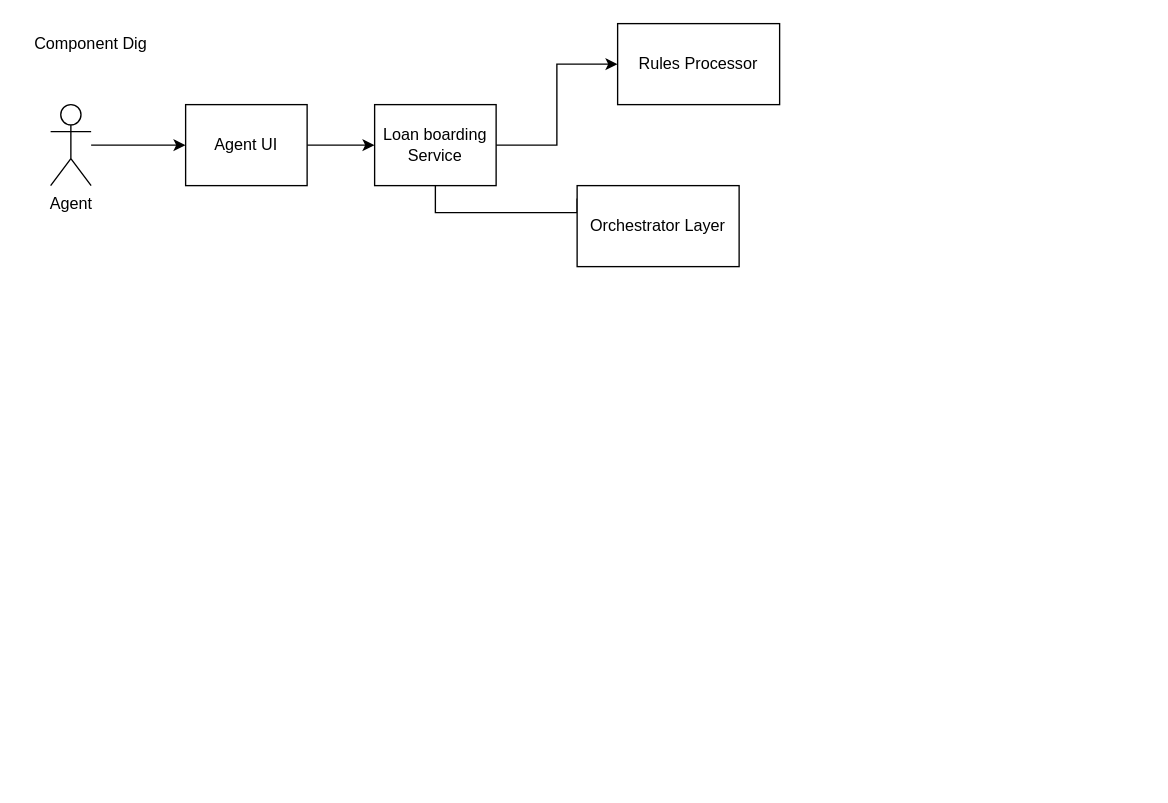
Before: Financial Request Desgin.drawio in mishranishant4/Arch-designs, a draw.io diagram. Source tidied: cells renumbered, new cells numbered last; positions are measured from the earlier drawing's top-left corner, leaving out a move shared by most shapes. Both pictures are drawn from the tidied source at 135%, with x=0, y=0 at pixel (23, 23).
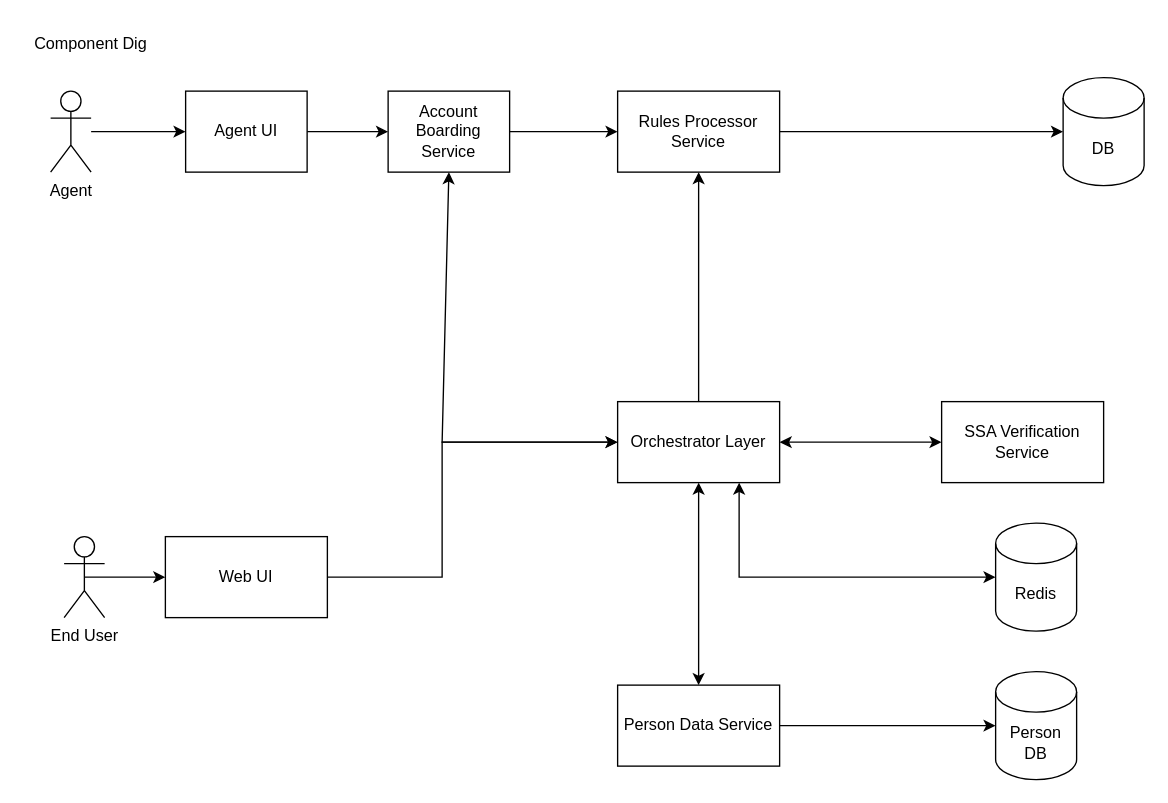
After the change.

Diff of the diagram source:
```diff
@@
     <mxCell id="3" value="Agent UI" style="rounded=0;whiteSpace=wrap;html=1;" parent="1" vertex="1">
-      <mxGeometry x="120" y="60" width="90" height="60" as="geometry" />
+      <mxGeometry x="120" y="50" width="90" height="60" as="geometry" />
     </mxCell>
@@
     <mxCell id="5" value="Agent" style="shape=umlActor;verticalLabelPosition=bottom;verticalAlign=top;html=1;outlineConnect=0;" parent="1" vertex="1">
-      <mxGeometry x="20" y="60" width="30" height="60" as="geometry" />
+      <mxGeometry x="20" y="50" width="30" height="60" as="geometry" />
     </mxCell>
@@
-    <mxCell id="7" style="edgeStyle=orthogonalEdgeStyle;rounded=0;jettySize=auto;html=1;exitX=0.5;exitY=1;exitDx=0;exitDy=0;" parent="1" edge="1" source="8">
-      <mxGeometry relative="1" as="geometry">
-        <mxPoint x="470" y="150" as="targetPoint" />
-      </mxGeometry>
-    </mxCell>
-    <mxCell id="8" value="Loan boarding Service" style="rounded=0;whiteSpace=wrap;html=1;" parent="1" vertex="1">
-      <mxGeometry x="260" y="60" width="90" height="60" as="geometry" />
+    <mxCell id="8" value="Account Boarding Service" style="rounded=0;whiteSpace=wrap;html=1;" parent="1" vertex="1">
+      <mxGeometry x="270" y="50" width="90" height="60" as="geometry" />
     </mxCell>
@@
-    <mxCell id="10" value="Rules Processor" style="whiteSpace=wrap;html=1;rounded=0;" parent="1" vertex="1">
-      <mxGeometry x="440" width="120" height="60" as="geometry" />
+    <mxCell id="10" value="Rules Processor Service" style="whiteSpace=wrap;html=1;rounded=0;" parent="1" vertex="1">
+      <mxGeometry x="440" y="50" width="120" height="60" as="geometry" />
     </mxCell>
+    <mxCell id="12" style="edgeStyle=orthogonalEdgeStyle;rounded=0;jettySize=auto;html=1;exitX=0.5;exitY=0;exitDx=0;exitDy=0;" parent="1" edge="1" source="11" target="10">
+      <mxGeometry relative="1" as="geometry" />
+    </mxCell>
     <mxCell id="11" value="Orchestrator Layer" style="whiteSpace=wrap;html=1;" parent="1" vertex="1">
-      <mxGeometry x="410" y="120" width="120" height="60" as="geometry" />
+      <mxGeometry x="440" y="280" width="120" height="60" as="geometry" />
     </mxCell>
+    <mxCell id="13" value="SSA Verification Service" style="whiteSpace=wrap;html=1;" parent="1" vertex="1">
+      <mxGeometry x="680" y="280" width="120" height="60" as="geometry" />
+    </mxCell>
+    <mxCell id="14" style="edgeStyle=orthogonalEdgeStyle;rounded=0;jettySize=auto;html=1;" parent="1" edge="1" source="15" target="16">
+      <mxGeometry relative="1" as="geometry" />
+    </mxCell>
+    <mxCell id="15" value="Person Data Service" style="whiteSpace=wrap;html=1;" parent="1" vertex="1">
+      <mxGeometry x="440" y="490" width="120" height="60" as="geometry" />
+    </mxCell>
+    <mxCell id="16" value="Person DB" style="shape=cylinder3;whiteSpace=wrap;html=1;boundedLbl=1;backgroundOutline=1;size=15;" parent="1" vertex="1">
+      <mxGeometry x="720" y="480" width="60" height="80" as="geometry" />
+    </mxCell>
+    <mxCell id="17" style="endArrow=classic;startArrow=classic;html=1;rounded=0;entryX=0;entryY=0.5;entryDx=0;entryDy=0;exitX=1;exitY=0.5;exitDx=0;exitDy=0;" parent="1" edge="1" source="11" target="13">
+      <mxGeometry relative="1" as="geometry" />
+    </mxCell>
+    <mxCell id="18" style="endArrow=classic;startArrow=classic;html=1;rounded=0;entryX=0.5;entryY=1;entryDx=0;entryDy=0;exitX=0.5;exitY=0;exitDx=0;exitDy=0;" parent="1" edge="1" source="15" target="11">
+      <mxGeometry relative="1" as="geometry" />
+    </mxCell>
+    <mxCell id="19" style="endArrow=classic;startArrow=classic;html=1;rounded=0;entryX=0.75;entryY=1;entryDx=0;entryDy=0;exitX=0;exitY=0.5;exitDx=0;exitDy=0;exitPerimeter=0;" parent="1" edge="1" source="20" target="11">
+      <mxGeometry relative="1" as="geometry">
+        <Array as="points">
+          <mxPoint x="530" y="410" />
+        </Array>
+      </mxGeometry>
+    </mxCell>
+    <mxCell id="20" value="Redis" style="shape=cylinder3;whiteSpace=wrap;html=1;boundedLbl=1;backgroundOutline=1;size=15;" parent="1" vertex="1">
+      <mxGeometry x="720" y="370" width="60" height="80" as="geometry" />
+    </mxCell>
+    <mxCell id="21" style="edgeStyle=orthogonalEdgeStyle;rounded=0;jettySize=auto;html=1;exitX=0.5;exitY=0.5;exitDx=0;exitDy=0;exitPerimeter=0;entryX=0;entryY=0.5;entryDx=0;entryDy=0;" parent="1" edge="1" source="22" target="24">
+      <mxGeometry relative="1" as="geometry" />
+    </mxCell>
+    <mxCell id="22" value="End User" style="shape=umlActor;verticalLabelPosition=bottom;verticalAlign=top;html=1;outlineConnect=0;" parent="1" vertex="1">
+      <mxGeometry x="30" y="380" width="30" height="60" as="geometry" />
+    </mxCell>
+    <mxCell id="23" style="edgeStyle=orthogonalEdgeStyle;rounded=0;jettySize=auto;html=1;entryX=0;entryY=0.5;entryDx=0;entryDy=0;" parent="1" edge="1" source="24" target="11">
+      <mxGeometry relative="1" as="geometry">
+        <Array as="points">
+          <mxPoint x="310" y="410" />
+          <mxPoint x="310" y="310" />
+        </Array>
+      </mxGeometry>
+    </mxCell>
+    <mxCell id="24" value="Web UI" style="rounded=0;whiteSpace=wrap;html=1;" parent="1" vertex="1">
+      <mxGeometry x="105" y="380" width="120" height="60" as="geometry" />
+    </mxCell>
+    <mxCell id="25" style="endArrow=classic;startArrow=classic;html=1;rounded=0;entryX=0.5;entryY=1;entryDx=0;entryDy=0;exitX=0;exitY=0.5;exitDx=0;exitDy=0;" parent="1" edge="1" source="11" target="8">
+      <mxGeometry relative="1" as="geometry">
+        <Array as="points">
+          <mxPoint x="310" y="310" />
+        </Array>
+      </mxGeometry>
+    </mxCell>
+    <mxCell id="26" value="DB" style="shape=cylinder3;whiteSpace=wrap;html=1;boundedLbl=1;backgroundOutline=1;size=15;" parent="1" vertex="1">
+      <mxGeometry x="770" y="40" width="60" height="80" as="geometry" />
+    </mxCell>
+    <mxCell id="27" style="edgeStyle=orthogonalEdgeStyle;rounded=0;jettySize=auto;html=1;exitX=1;exitY=0.5;exitDx=0;exitDy=0;entryX=0;entryY=0.5;entryDx=0;entryDy=0;entryPerimeter=0;" parent="1" edge="1" source="10" target="26">
+      <mxGeometry relative="1" as="geometry" />
+    </mxCell>
```
